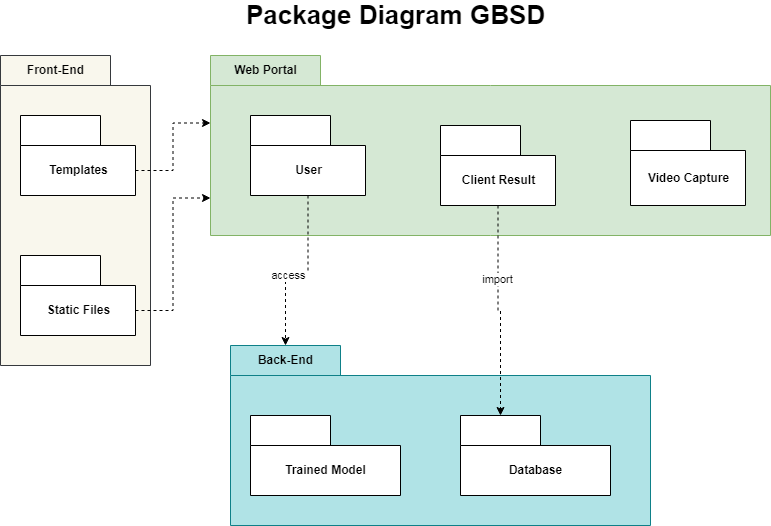
Earlier version of the draw.io export package_web_GBSD.png (mabdulrafea101/sohaib_fyp_docs). Source tidied: cells renumbered, new cells last; positions are measured from the earlier drawing's top-left corner, leaving out a move shared by most shapes. Source of this version:
```xml
<mxGraphModel>
  <root>
    <mxCell id="0" />
    <mxCell id="1" parent="0" />
    <mxCell id="2" value="Front-End" style="shape=folder;fontStyle=1;tabWidth=110;tabHeight=30;tabPosition=left;html=1;boundedLbl=1;labelInHeader=1;fillColor=#f9f7ed;strokeColor=#36393d;" parent="1" vertex="1">
      <mxGeometry y="50" width="150" height="310" as="geometry" />
    </mxCell>
    <mxCell id="3" value="Web Portal" style="shape=folder;fontStyle=1;tabWidth=110;tabHeight=30;tabPosition=left;html=1;boundedLbl=1;labelInHeader=1;fillColor=#d5e8d4;strokeColor=#82b366;" parent="1" vertex="1">
      <mxGeometry x="210" y="50" width="560" height="180" as="geometry" />
    </mxCell>
    <mxCell id="4" value="User" style="shape=folder;fontStyle=1;tabWidth=80;tabHeight=30;tabPosition=left;html=1;boundedLbl=1;" parent="3" vertex="1">
      <mxGeometry x="40" y="60" width="115" height="80" as="geometry" />
    </mxCell>
    <mxCell id="5" value="Video Capture" style="shape=folder;fontStyle=1;tabWidth=80;tabHeight=30;tabPosition=left;html=1;boundedLbl=1;" parent="3" vertex="1">
      <mxGeometry x="420" y="65" width="115" height="85" as="geometry" />
    </mxCell>
    <mxCell id="6" value="Client Result" style="shape=folder;fontStyle=1;tabWidth=80;tabHeight=30;tabPosition=left;html=1;boundedLbl=1;" parent="3" vertex="1">
      <mxGeometry x="230" y="70" width="115" height="80" as="geometry" />
    </mxCell>
    <mxCell id="7" value="Back-End" style="shape=folder;fontStyle=1;tabWidth=110;tabHeight=30;tabPosition=left;html=1;boundedLbl=1;labelInHeader=1;fillColor=#b0e3e6;strokeColor=#0e8088;" parent="1" vertex="1">
      <mxGeometry x="230" y="340" width="420" height="180" as="geometry" />
    </mxCell>
    <mxCell id="8" value="Trained Model" style="shape=folder;fontStyle=1;tabWidth=80;tabHeight=30;tabPosition=left;html=1;boundedLbl=1;" parent="7" vertex="1">
      <mxGeometry x="20" y="70" width="150" height="80" as="geometry" />
    </mxCell>
    <mxCell id="9" value="Database" style="shape=folder;fontStyle=1;tabWidth=80;tabHeight=30;tabPosition=left;html=1;boundedLbl=1;" parent="7" vertex="1">
      <mxGeometry x="230" y="70" width="150" height="80" as="geometry" />
    </mxCell>
    <mxCell id="10" style="edgeStyle=orthogonalEdgeStyle;rounded=0;jettySize=auto;html=1;exitX=0;exitY=0;exitDx=115;exitDy=55;exitPerimeter=0;entryX=0;entryY=0;entryDx=0;entryDy=67.5;entryPerimeter=0;dashed=1;" parent="1" edge="1" source="11" target="3">
      <mxGeometry relative="1" as="geometry" />
    </mxCell>
    <mxCell id="11" value="Templates" style="shape=folder;fontStyle=1;tabWidth=80;tabHeight=30;tabPosition=left;html=1;boundedLbl=1;" parent="1" vertex="1">
      <mxGeometry x="20" y="110" width="115" height="80" as="geometry" />
    </mxCell>
    <mxCell id="12" style="edgeStyle=orthogonalEdgeStyle;rounded=0;jettySize=auto;html=1;exitX=0;exitY=0;exitDx=115;exitDy=55;exitPerimeter=0;entryX=0;entryY=0;entryDx=0;entryDy=142.5;entryPerimeter=0;dashed=1;" parent="1" edge="1" source="13" target="3">
      <mxGeometry relative="1" as="geometry" />
    </mxCell>
    <mxCell id="13" value="Static Files" style="shape=folder;fontStyle=1;tabWidth=80;tabHeight=30;tabPosition=left;html=1;boundedLbl=1;" parent="1" vertex="1">
      <mxGeometry x="20" y="250" width="115" height="80" as="geometry" />
    </mxCell>
    <mxCell id="14" style="edgeStyle=orthogonalEdgeStyle;rounded=0;jettySize=auto;html=1;exitX=0.5;exitY=1;exitDx=0;exitDy=0;exitPerimeter=0;entryX=0;entryY=0;entryDx=55;entryDy=0;entryPerimeter=0;dashed=1;" parent="1" edge="1" source="4" target="7">
      <mxGeometry relative="1" as="geometry" />
    </mxCell>
    <mxCell id="15" value="access" style="edgeLabel;html=1;align=center;verticalAlign=middle;" parent="14" vertex="1">
      <mxGeometry x="0.19" y="2" relative="1" as="geometry" />
    </mxCell>
    <mxCell id="16" style="edgeStyle=orthogonalEdgeStyle;rounded=0;jettySize=auto;html=1;exitX=0.5;exitY=1;exitDx=0;exitDy=0;exitPerimeter=0;entryX=0;entryY=0;entryDx=40;entryDy=0;entryPerimeter=0;dashed=1;" parent="1" edge="1" source="6" target="9">
      <mxGeometry relative="1" as="geometry" />
    </mxCell>
    <mxCell id="17" value="import" style="edgeLabel;html=1;align=center;verticalAlign=middle;" parent="16" vertex="1">
      <mxGeometry x="-0.31" y="-1" relative="1" as="geometry" />
    </mxCell>
    <mxCell id="18" value="&lt;font style=&quot;font-size: 26px&quot; color=&quot;#000000&quot;&gt;&lt;b&gt;Package Diagram GBSD&lt;/b&gt;&lt;/font&gt;" style="text;html=1;align=center;verticalAlign=middle;strokeColor=none;" parent="1" vertex="1">
      <mxGeometry x="240" width="310" height="20" as="geometry" />
    </mxCell>
  </root>
</mxGraphModel>
```
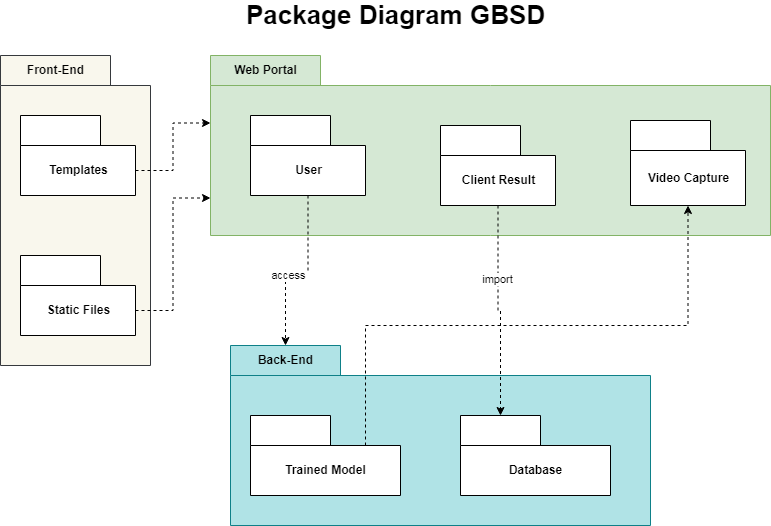
The same file after the commit.

What changed in the source:
```diff
@@ -53,5 +53,8 @@
     <mxCell id="18" value="&lt;font style=&quot;font-size: 26px&quot; color=&quot;#000000&quot;&gt;&lt;b&gt;Package Diagram GBSD&lt;/b&gt;&lt;/font&gt;" style="text;html=1;align=center;verticalAlign=middle;strokeColor=none;" parent="1" vertex="1">
       <mxGeometry x="240" width="310" height="20" as="geometry" />
     </mxCell>
+    <mxCell id="19" style="edgeStyle=elbowEdgeStyle;rounded=0;jettySize=auto;html=1;exitX=0;exitY=0;exitDx=115;exitDy=30;exitPerimeter=0;entryX=0.5;entryY=1;entryDx=0;entryDy=0;entryPerimeter=0;dashed=1;elbow=vertical;" parent="1" edge="1" source="8" target="5">
+      <mxGeometry relative="1" as="geometry" />
+    </mxCell>
   </root>
 </mxGraphModel>
```
